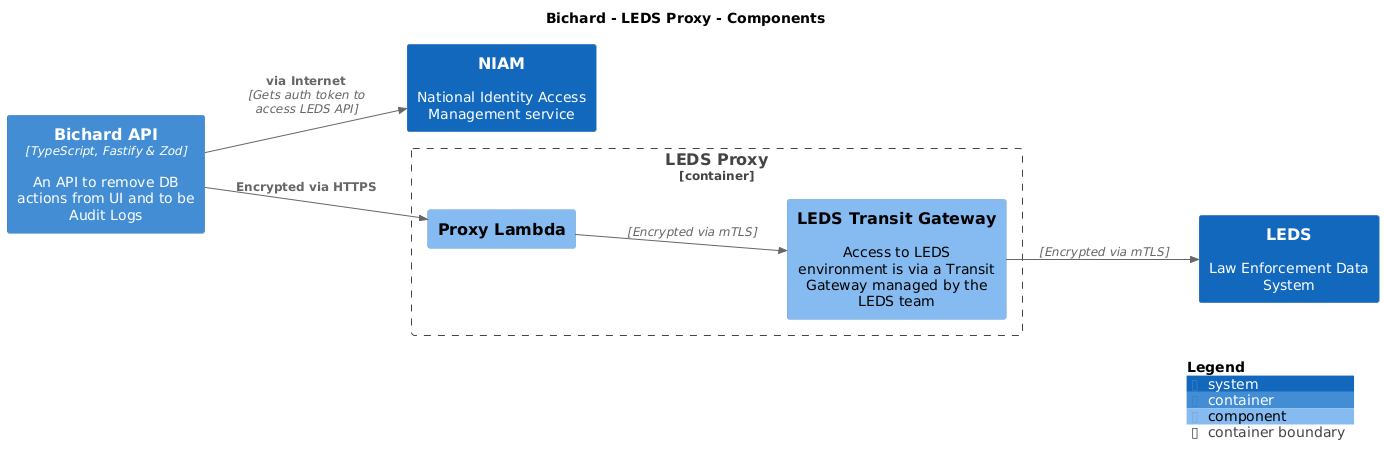
Above: main/png/Component-006.png in ministryofjustice/bichard7-next-core (PlantUML), before the change.
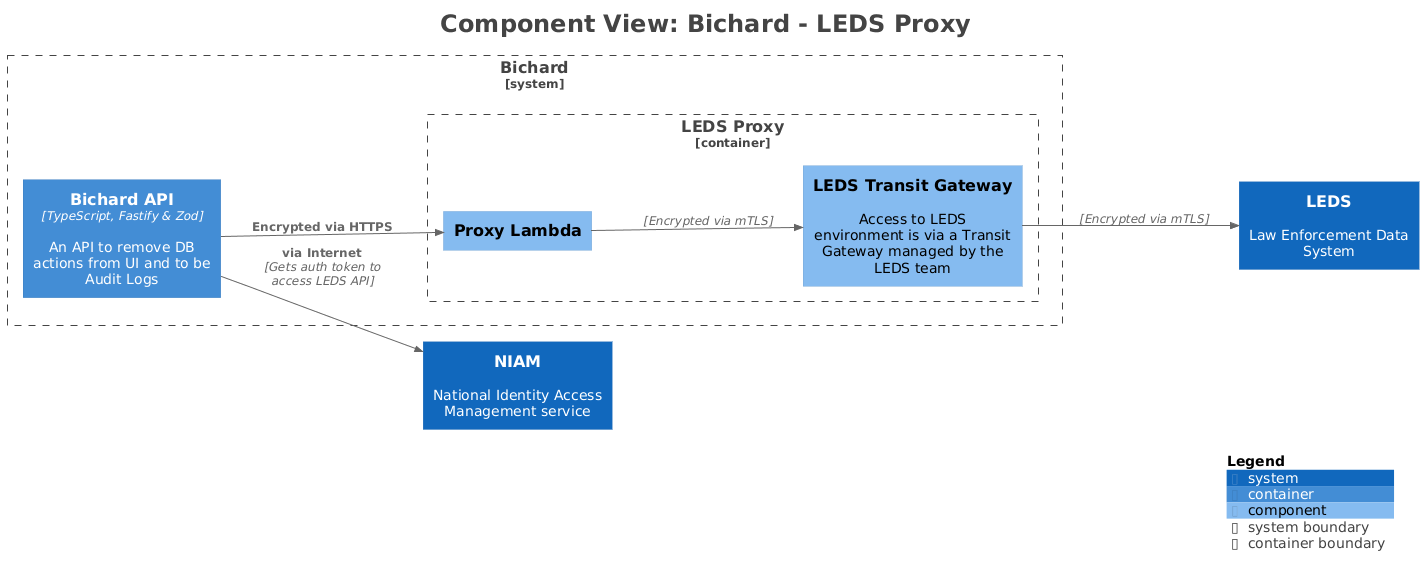
Later version of the same file.

Change to the diagram source:
```diff
@@ -1,8 +1,15 @@
 @startuml
+title <size:24>Component View: Bichard - LEDS Proxy</size>
+
 set separator none
-title Bichard - LEDS Proxy - Components
+left to right direction
 
-left to right direction
+<style>
+  root {
+    BackgroundColor: #ffffff
+    FontColor: #444444
+  }
+</style>
 
 !include <C4/C4>
 !include <C4/C4_Context>
@@ -11,11 +18,14 @@
 
 System(LEDS, "LEDS", $descr="Law Enforcement Data System", $tags="", $link="")
 System(NIAM, "NIAM", $descr="National Identity Access Management service", $tags="", $link="")
-Container(Bichard.BichardAPI, "Bichard API", $techn="TypeScript, Fastify & Zod", $descr="An API to remove DB actions from UI and to be Audit Logs", $tags="", $link="")
 
-Container_Boundary("Bichard.LEDSProxy_boundary", "LEDS Proxy", $tags="") {
-  Component(Bichard.LEDSProxy.ProxyLambda, "Proxy Lambda", $techn="", $descr="", $tags="", $link="")
-  Component(Bichard.LEDSProxy.LEDSTransitGateway, "LEDS Transit Gateway", $techn="", $descr="Access to LEDS environment is via a Transit Gateway managed by the LEDS team", $tags="", $link="")
+System_Boundary("Bichard_boundary", "Bichard", $tags="") {
+  Container_Boundary("Bichard.LEDSProxy_boundary", "LEDS Proxy", $tags="") {
+    Component(Bichard.LEDSProxy.ProxyLambda, "Proxy Lambda", $techn="", $descr="", $tags="", $link="")
+    Component(Bichard.LEDSProxy.LEDSTransitGateway, "LEDS Transit Gateway", $techn="", $descr="Access to LEDS environment is via a Transit Gateway managed by the LEDS team", $tags="", $link="")
+  }
+
+  Container(Bichard.BichardAPI, "Bichard API", $techn="TypeScript, Fastify & Zod", $descr="An API to remove DB actions from UI and to be Audit Logs", $tags="", $link="")
 }
 
 Rel(Bichard.BichardAPI, Bichard.LEDSProxy.ProxyLambda, "Encrypted via HTTPS", $techn="", $tags="", $link="")
@@ -24,4 +34,5 @@
 Rel(Bichard.LEDSProxy.LEDSTransitGateway, LEDS, "", $techn="Encrypted via mTLS", $tags="", $link="")
 
 SHOW_LEGEND(true)
+hide stereotypes
 @enduml
```
